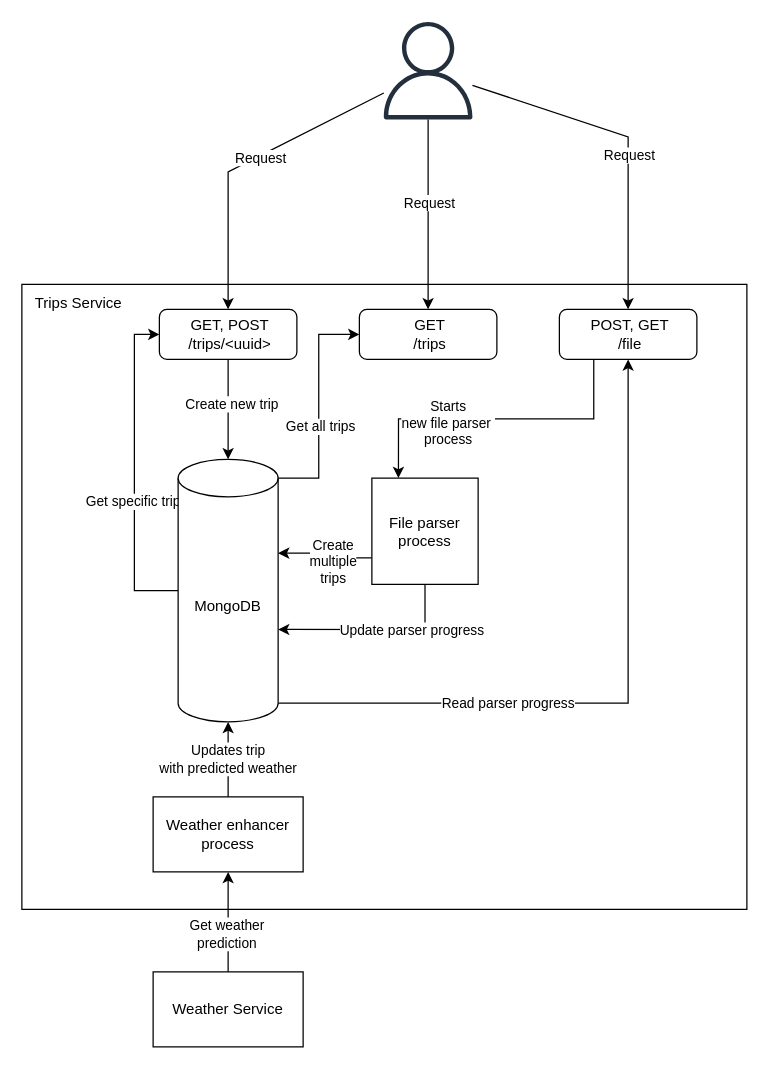
Earlier version of the draw.io diagram res/arch.drawio (CG-SS/trips-backend). Source tidied: cells renumbered, new cells numbered last; positions are measured from the earlier drawing's top-left corner, leaving out a move shared by most shapes. Both pictures are drawn from the tidied source at 125%, with x=0, y=0 at pixel (21, 21).
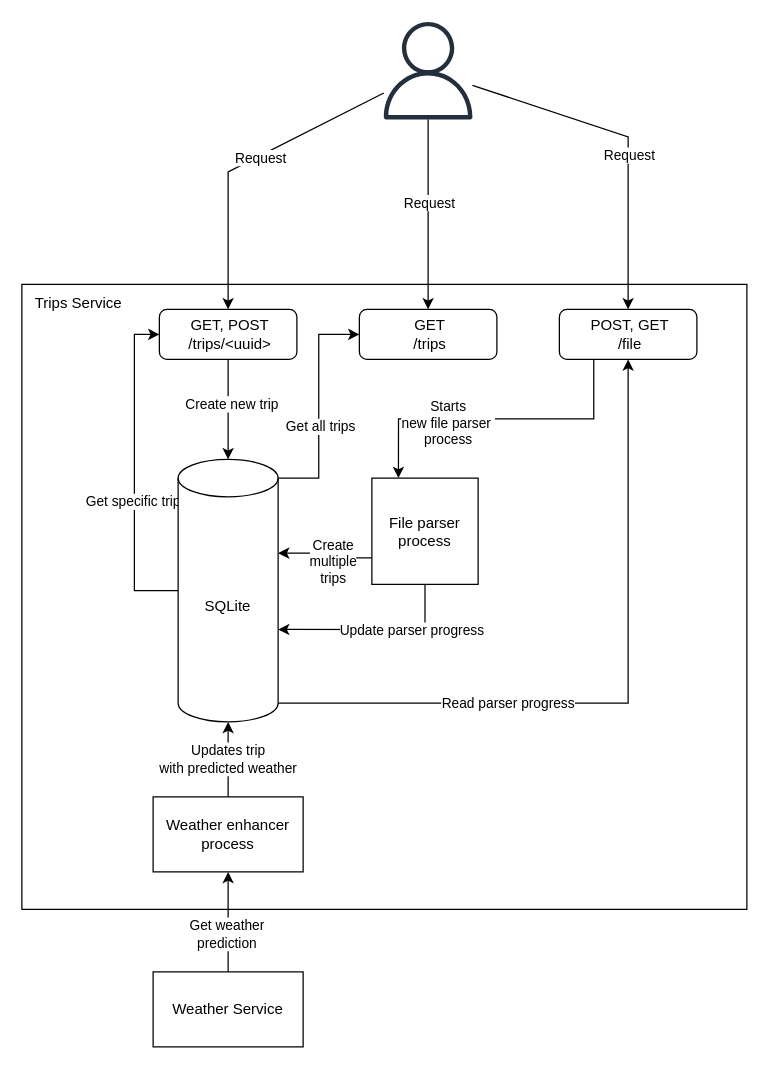
After the change.

Commit message (it also covers changes not shown here):
Changing MongoDB to SQLite

What changed in the source:
```diff
@@
-    <mxCell id="21" value="MongoDB" style="shape=cylinder3;whiteSpace=wrap;html=1;boundedLbl=1;backgroundOutline=1;size=15;" parent="1" vertex="1">
+    <mxCell id="21" value="SQLite" style="shape=cylinder3;whiteSpace=wrap;html=1;boundedLbl=1;backgroundOutline=1;size=15;" parent="1" vertex="1">
       <mxGeometry x="125" y="350" width="80" height="210" as="geometry" />
     </mxCell>
```
